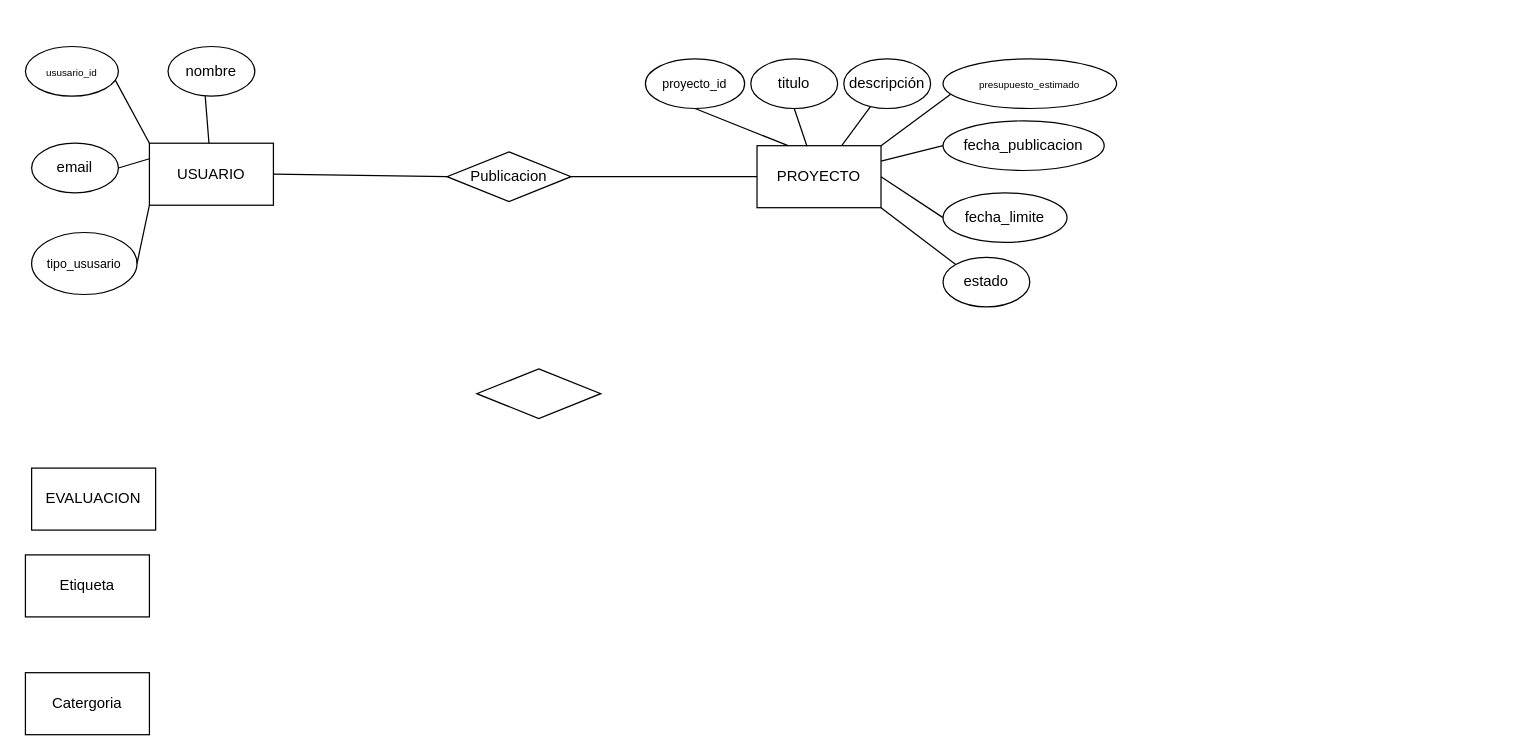
Earlier version of the draw.io diagram page "DER BD 2 TAREA" (2 of 3) of Diagrama sin título.drawio (shaquiboy/1). Source tidied: cells renumbered, new cells numbered last; positions are measured from the earlier drawing's top-left corner, leaving out a move shared by most shapes. Both pictures are drawn from the tidied source at 124%, with x=0, y=0 at pixel (25, 46).
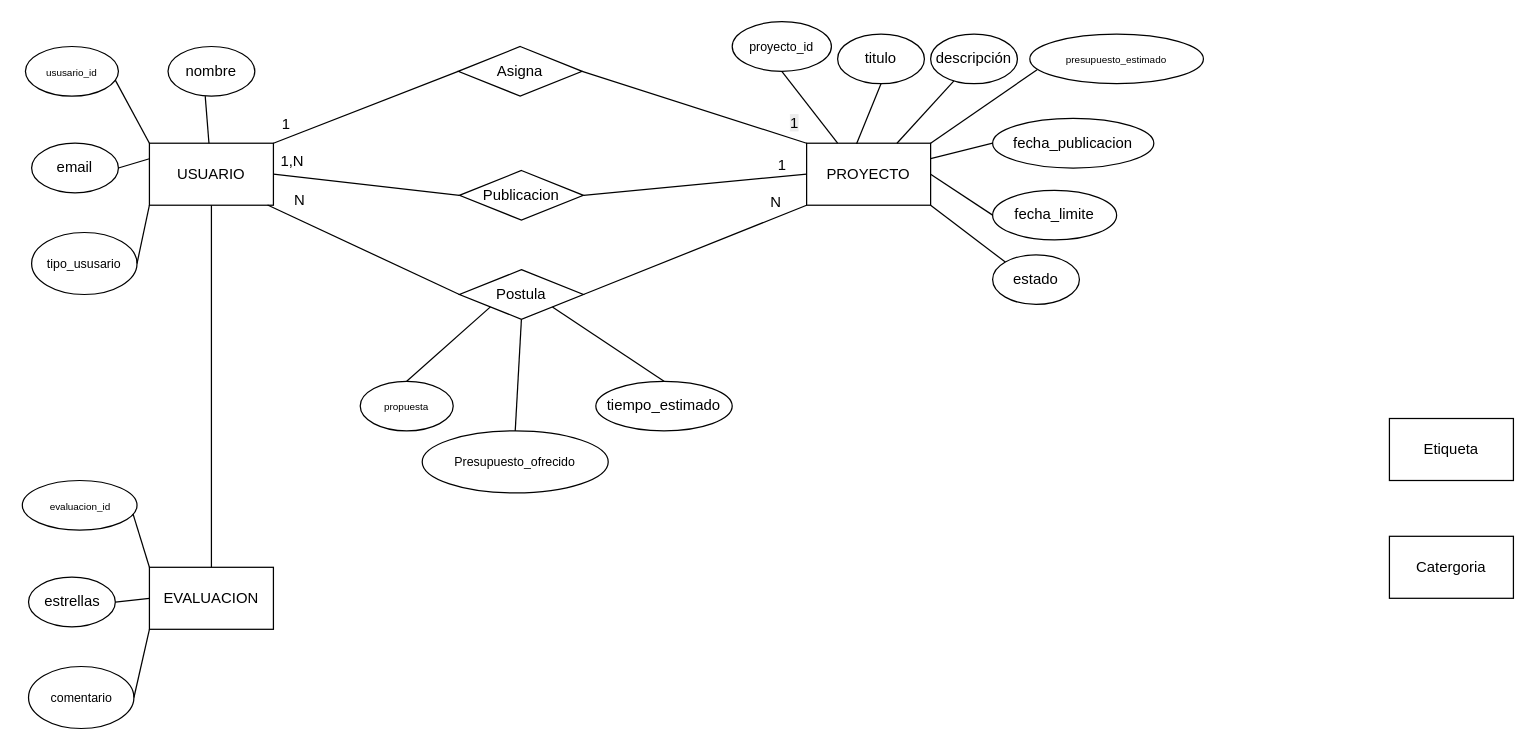
Above is the later version.

Unchanged cells that the change refers to:
```xml
<mxCell id="2" value="USUARIO" style="rounded=0;whiteSpace=wrap;html=1;" parent="1" vertex="1">
  <mxGeometry x="100" y="78" width="100" height="50" as="geometry" />
</mxCell>
```

The edit, as a diff of the source:
```diff
@@
     <mxCell id="6" value="PROYECTO" style="rounded=0;whiteSpace=wrap;html=1;" parent="1" vertex="1">
-      <mxGeometry x="590" y="80" width="100" height="50" as="geometry" />
+      <mxGeometry x="630" y="78" width="100" height="50" as="geometry" />
     </mxCell>
     <mxCell id="7" value="titulo" style="ellipse;whiteSpace=wrap;html=1;" parent="1" vertex="1">
-      <mxGeometry x="585" y="10" width="70" height="40" as="geometry" />
+      <mxGeometry x="655" y="-10" width="70" height="40" as="geometry" />
     </mxCell>
     <mxCell id="8" value="&lt;font style=&quot;font-size: 10px;&quot; face=&quot;Helvetica&quot;&gt;proyecto_id&lt;/font&gt;" style="ellipse;whiteSpace=wrap;html=1;" parent="1" vertex="1">
-      <mxGeometry x="500" y="10" width="80" height="40" as="geometry" />
+      <mxGeometry x="570" y="-20" width="80" height="40" as="geometry" />
     </mxCell>
     <mxCell id="9" value="descripción" style="ellipse;whiteSpace=wrap;html=1;" parent="1" vertex="1">
-      <mxGeometry x="660" y="10" width="70" height="40" as="geometry" />
+      <mxGeometry x="730" y="-10" width="70" height="40" as="geometry" />
     </mxCell>
-    <mxCell id="10" style="rhombus;whiteSpace=wrap;html=1;" parent="1" vertex="1">
-      <mxGeometry x="364" y="260" width="100" height="40" as="geometry" />
+    <mxCell id="10" value="Postula" style="rhombus;whiteSpace=wrap;html=1;" parent="1" vertex="1">
+      <mxGeometry x="350" y="180" width="100" height="40" as="geometry" />
     </mxCell>
     <mxCell id="11" value="Publicacion" style="rhombus;whiteSpace=wrap;html=1;" parent="1" vertex="1">
-      <mxGeometry x="340" y="85" width="100" height="40" as="geometry" />
+      <mxGeometry x="350" y="100" width="100" height="40" as="geometry" />
     </mxCell>
     <mxCell id="12" value="EVALUACION" style="rounded=0;whiteSpace=wrap;html=1;" parent="1" vertex="1">
-      <mxGeometry x="5" y="340" width="100" height="50" as="geometry" />
+      <mxGeometry x="100" y="420" width="100" height="50" as="geometry" />
     </mxCell>
     <mxCell id="13" value="Etiqueta" style="rounded=0;whiteSpace=wrap;html=1;" parent="1" vertex="1">
-      <mxGeometry y="410" width="100" height="50" as="geometry" />
+      <mxGeometry x="1100" y="300" width="100" height="50" as="geometry" />
     </mxCell>
     <mxCell id="14" value="Catergoria" style="rounded=0;whiteSpace=wrap;html=1;" parent="1" vertex="1">
-      <mxGeometry y="505" width="100" height="50" as="geometry" />
+      <mxGeometry x="1100" y="395" width="100" height="50" as="geometry" />
     </mxCell>
@@
     <mxCell id="20" value="fecha_publicacion" style="ellipse;whiteSpace=wrap;html=1;" parent="1" vertex="1">
-      <mxGeometry x="740" y="60" width="130" height="40" as="geometry" />
+      <mxGeometry x="780" y="58" width="130" height="40" as="geometry" />
     </mxCell>
     <mxCell id="21" value="&lt;p&gt;&lt;font style=&quot;font-size: 8px;&quot;&gt;presupuesto_estimado&lt;/font&gt;&lt;/p&gt;" style="ellipse;whiteSpace=wrap;html=1;" parent="1" vertex="1">
-      <mxGeometry x="740" y="10" width="140" height="40" as="geometry" />
+      <mxGeometry x="810" y="-10" width="140" height="40" as="geometry" />
     </mxCell>
     <mxCell id="22" value="fecha_limite" style="ellipse;whiteSpace=wrap;html=1;" parent="1" vertex="1">
-      <mxGeometry x="740" y="118" width="100" height="40" as="geometry" />
+      <mxGeometry x="780" y="116" width="100" height="40" as="geometry" />
     </mxCell>
     <mxCell id="23" value="estado" style="ellipse;whiteSpace=wrap;html=1;" parent="1" vertex="1">
-      <mxGeometry x="740" y="170" width="70" height="40" as="geometry" />
+      <mxGeometry x="780" y="168" width="70" height="40" as="geometry" />
     </mxCell>
@@
+    <mxCell id="33" value="1,N" style="text;html=1;align=center;verticalAlign=middle;strokeColor=none;fillColor=none;" parent="1" vertex="1">
+      <mxGeometry x="195" y="78" width="40" height="30" as="geometry" />
+    </mxCell>
+    <mxCell id="34" value="1" style="text;html=1;align=center;verticalAlign=middle;strokeColor=none;fillColor=none;" parent="1" vertex="1">
+      <mxGeometry x="595" y="81" width="30" height="30" as="geometry" />
+    </mxCell>
+    <mxCell id="35" style="endArrow=none;html=1;rounded=0;exitX=0.953;exitY=0.997;exitDx=0;exitDy=0;exitPerimeter=0;entryX=0;entryY=0.5;entryDx=0;entryDy=0;" parent="1" edge="1" source="2" target="10">
+      <mxGeometry relative="1" as="geometry" />
+    </mxCell>
+    <mxCell id="36" style="endArrow=none;html=1;rounded=0;entryX=0;entryY=1;entryDx=0;entryDy=0;exitX=1;exitY=0.5;exitDx=0;exitDy=0;" parent="1" edge="1" source="10" target="6">
+      <mxGeometry relative="1" as="geometry" />
+    </mxCell>
+    <mxCell id="37" value="&lt;span style=&quot;font-size: 8px;&quot;&gt;propuesta&lt;/span&gt;" style="ellipse;whiteSpace=wrap;html=1;" parent="1" vertex="1">
+      <mxGeometry x="270" y="270" width="75" height="40" as="geometry" />
+    </mxCell>
+    <mxCell id="38" value="tiempo_estimado" style="ellipse;whiteSpace=wrap;html=1;" parent="1" vertex="1">
+      <mxGeometry x="460" y="270" width="110" height="40" as="geometry" />
+    </mxCell>
+    <mxCell id="39" value="&lt;font style=&quot;font-size: 10px;&quot;&gt;Presupuesto_ofrecido&lt;/font&gt;" style="ellipse;whiteSpace=wrap;html=1;" parent="1" vertex="1">
+      <mxGeometry x="320" y="310" width="150" height="50" as="geometry" />
+    </mxCell>
+    <mxCell id="40" style="endArrow=none;html=1;rounded=0;entryX=1;entryY=1;entryDx=0;entryDy=0;exitX=0.5;exitY=0;exitDx=0;exitDy=0;" parent="1" edge="1" source="38" target="10">
+      <mxGeometry relative="1" as="geometry" />
+    </mxCell>
+    <mxCell id="41" style="endArrow=none;html=1;rounded=0;entryX=0.5;entryY=0;entryDx=0;entryDy=0;exitX=0;exitY=1;exitDx=0;exitDy=0;" parent="1" edge="1" source="10" target="37">
+      <mxGeometry relative="1" as="geometry" />
+    </mxCell>
+    <mxCell id="42" style="endArrow=none;html=1;rounded=0;exitX=0.5;exitY=0;exitDx=0;exitDy=0;entryX=0.5;entryY=1;entryDx=0;entryDy=0;" parent="1" edge="1" source="39" target="10">
+      <mxGeometry relative="1" as="geometry" />
+    </mxCell>
+    <mxCell id="43" value="N" style="text;html=1;align=center;verticalAlign=middle;strokeColor=none;fillColor=none;" parent="1" vertex="1">
+      <mxGeometry x="206" y="109" width="30" height="30" as="geometry" />
+    </mxCell>
+    <mxCell id="44" value="N" style="text;html=1;align=center;verticalAlign=middle;strokeColor=none;fillColor=none;" parent="1" vertex="1">
+      <mxGeometry x="590" y="111" width="30" height="30" as="geometry" />
+    </mxCell>
+    <mxCell id="45" value="Asigna" style="rhombus;whiteSpace=wrap;html=1;" parent="1" vertex="1">
+      <mxGeometry x="349" width="100" height="40" as="geometry" />
+    </mxCell>
+    <mxCell id="46" style="endArrow=none;html=1;rounded=0;exitX=1;exitY=0;exitDx=0;exitDy=0;entryX=0;entryY=0.5;entryDx=0;entryDy=0;" parent="1" edge="1" source="2" target="45">
+      <mxGeometry relative="1" as="geometry" />
+    </mxCell>
+    <mxCell id="47" style="endArrow=none;html=1;rounded=0;exitX=1;exitY=0.5;exitDx=0;exitDy=0;entryX=0;entryY=0;entryDx=0;entryDy=0;" parent="1" edge="1" source="45" target="6">
+      <mxGeometry relative="1" as="geometry" />
+    </mxCell>
+    <mxCell id="48" value="&lt;span style=&quot;color: rgb(0, 0, 0); font-family: Helvetica; font-size: 12px; font-style: normal; font-variant-ligatures: normal; font-variant-caps: normal; font-weight: 400; letter-spacing: normal; orphans: 2; text-align: center; text-indent: 0px; text-transform: none; widows: 2; word-spacing: 0px; -webkit-text-stroke-width: 0px; white-space: nowrap; background-color: rgb(236, 236, 236); text-decoration-thickness: initial; text-decoration-style: initial; text-decoration-color: initial; display: inline !important; float: none;&quot;&gt;1&lt;/span&gt;" style="text;whiteSpace=wrap;html=1;" parent="1" vertex="1">
+      <mxGeometry x="615" y="48" width="40" height="40" as="geometry" />
+    </mxCell>
+    <mxCell id="49" value="1" style="text;html=1;align=center;verticalAlign=middle;strokeColor=none;fillColor=none;" parent="1" vertex="1">
+      <mxGeometry x="195" y="48" width="30" height="30" as="geometry" />
+    </mxCell>
+    <mxCell id="50" style="endArrow=none;html=1;rounded=0;entryX=0.5;entryY=1;entryDx=0;entryDy=0;exitX=0.5;exitY=0;exitDx=0;exitDy=0;" parent="1" edge="1" source="12" target="2">
+      <mxGeometry relative="1" as="geometry" />
+    </mxCell>
+    <mxCell id="51" value="&lt;font style=&quot;font-size: 8px;&quot;&gt;evaluacion_id&lt;/font&gt;" style="ellipse;whiteSpace=wrap;html=1;" parent="1" vertex="1">
+      <mxGeometry x="-2.5" y="350" width="92.5" height="40" as="geometry" />
+    </mxCell>
+    <mxCell id="52" value="estrellas" style="ellipse;whiteSpace=wrap;html=1;" parent="1" vertex="1">
+      <mxGeometry x="2.5" y="428" width="70" height="40" as="geometry" />
+    </mxCell>
+    <mxCell id="53" value="&lt;font style=&quot;font-size: 10px;&quot;&gt;comentario&lt;/font&gt;" style="ellipse;whiteSpace=wrap;html=1;" parent="1" vertex="1">
+      <mxGeometry x="2.5" y="500" width="85" height="50" as="geometry" />
+    </mxCell>
+    <mxCell id="54" style="endArrow=none;html=1;rounded=0;entryX=0;entryY=0.5;entryDx=0;entryDy=0;exitX=1;exitY=0.5;exitDx=0;exitDy=0;" parent="1" edge="1" source="52" target="12">
+      <mxGeometry relative="1" as="geometry" />
+    </mxCell>
+    <mxCell id="55" style="endArrow=none;html=1;rounded=0;entryX=0.965;entryY=0.673;entryDx=0;entryDy=0;entryPerimeter=0;exitX=0;exitY=0;exitDx=0;exitDy=0;" parent="1" edge="1" source="12" target="51">
+      <mxGeometry relative="1" as="geometry" />
+    </mxCell>
+    <mxCell id="56" style="endArrow=none;html=1;rounded=0;exitX=1;exitY=0.5;exitDx=0;exitDy=0;entryX=0;entryY=1;entryDx=0;entryDy=0;" parent="1" edge="1" source="53" target="12">
+      <mxGeometry relative="1" as="geometry" />
+    </mxCell>
```
